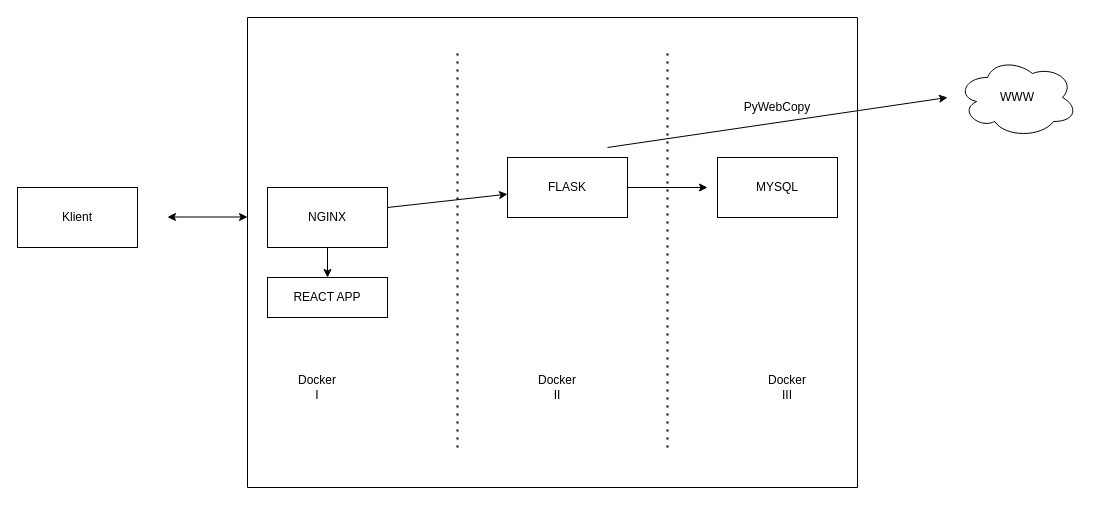
Above: pdf/architecure.drawio in JanKulbinski/WebsiteMonitor (draw.io), before the change. Source tidied: cells renumbered, new cells numbered last; positions are measured from the earlier drawing's top-left corner, leaving out a move shared by most shapes. Both pictures are drawn from the tidied source at 100%, with x=0, y=0 at pixel (17, 17).
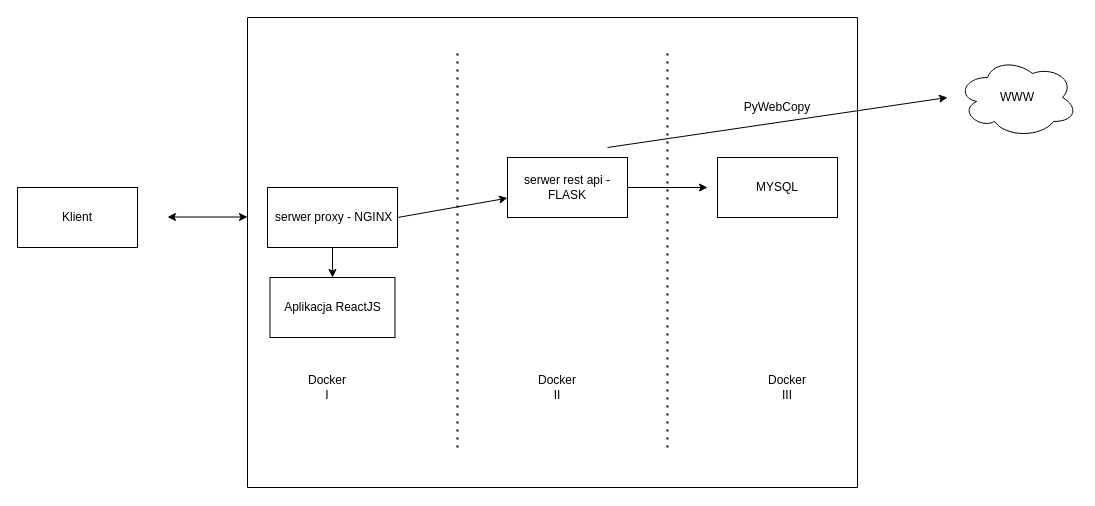
The same diagram, later.

Diff of the diagram source:
```diff
@@
-    <mxCell id="4" value="REACT APP" style="rounded=0;whiteSpace=wrap;html=1;" parent="1" vertex="1">
-      <mxGeometry x="250" y="260" width="120" height="40" as="geometry" />
-    </mxCell>
-    <mxCell id="5" value="NGINX" style="rounded=0;whiteSpace=wrap;html=1;" parent="1" vertex="1">
-      <mxGeometry x="250" y="170" width="120" height="60" as="geometry" />
+    <mxCell id="5" value="&lt;div style=&quot;text-align: left&quot;&gt;&lt;span&gt;&amp;nbsp;&lt;/span&gt;&lt;span&gt;serwer proxy - NGINX&lt;/span&gt;&lt;/div&gt;" style="rounded=0;whiteSpace=wrap;html=1;" parent="1" vertex="1">
+      <mxGeometry x="250" y="170" width="130" height="60" as="geometry" />
     </mxCell>
-    <mxCell id="6" style="endArrow=classic;html=1;exitX=0.5;exitY=1;exitDx=0;exitDy=0;" parent="1" edge="1" source="5">
-      <mxGeometry relative="1" as="geometry">
-        <mxPoint x="310" y="260" as="targetPoint" />
-      </mxGeometry>
+    <mxCell id="6" style="endArrow=classic;html=1;exitX=0.5;exitY=1;exitDx=0;exitDy=0;entryX=0.5;entryY=0;entryDx=0;entryDy=0;" parent="1" edge="1" source="5" target="23">
+      <mxGeometry relative="1" as="geometry" />
     </mxCell>
-    <mxCell id="7" style="endArrow=classic;html=1;" parent="1" edge="1" target="8">
-      <mxGeometry relative="1" as="geometry">
-        <mxPoint x="370" y="190" as="sourcePoint" />
-      </mxGeometry>
+    <mxCell id="7" style="endArrow=classic;html=1;exitX=1;exitY=0.5;exitDx=0;exitDy=0;" parent="1" edge="1" source="5" target="8">
+      <mxGeometry relative="1" as="geometry" />
     </mxCell>
-    <mxCell id="8" value="FLASK" style="rounded=0;whiteSpace=wrap;html=1;" parent="1" vertex="1">
+    <mxCell id="8" value="serwer rest api - FLASK" style="rounded=0;whiteSpace=wrap;html=1;" parent="1" vertex="1">
       <mxGeometry x="490" y="140" width="120" height="60" as="geometry" />
     </mxCell>
@@
     <mxCell id="13" value="Docker I" style="text;html=1;strokeColor=none;fillColor=none;align=center;verticalAlign=middle;whiteSpace=wrap;rounded=0;" parent="1" vertex="1">
-      <mxGeometry x="280" y="360" width="40" height="20" as="geometry" />
+      <mxGeometry x="290" y="360" width="40" height="20" as="geometry" />
     </mxCell>
@@
+    <mxCell id="23" value="Aplikacja ReactJS" style="rounded=0;whiteSpace=wrap;html=1;" parent="1" vertex="1">
+      <mxGeometry x="252.5" y="260" width="125" height="60" as="geometry" />
+    </mxCell>
```
